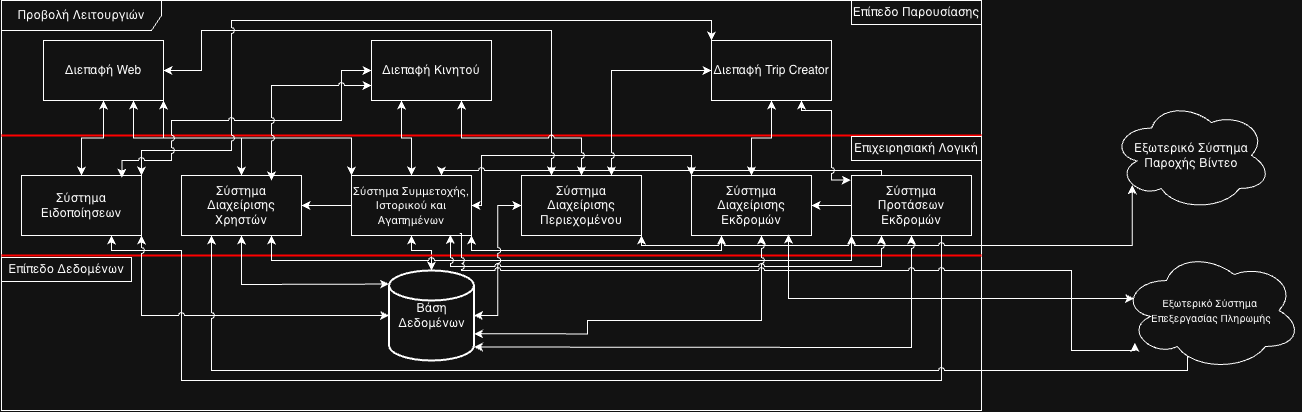
Earlier version of the draw.io export docs/design/Diagrams/Architecture/functionalView.png (SpyrosSiachamis/Travel-Platform-Project). Source tidied: cells renumbered, new cells last; positions are measured from the earlier drawing's top-left corner, leaving out a move shared by most shapes.
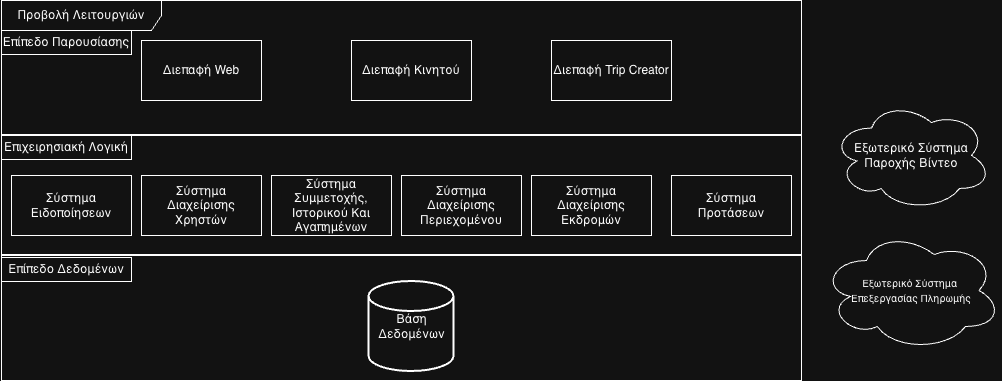
After the commit.

Commit message:
Fixed incorrect diagram names

Diff of the diagram source:
```diff
@@ -3,247 +3,58 @@
     <mxCell id="0" />
     <mxCell id="1" parent="0" />
     <mxCell id="2" value="Προβολή Λειτουργιών" style="shape=umlFrame;whiteSpace=wrap;html=1;width=160;" parent="1" vertex="1">
-      <mxGeometry width="980" height="410" as="geometry" />
+      <mxGeometry width="800" height="380" as="geometry" />
     </mxCell>
     <mxCell id="3" value="Σύστημα Διαχείρισης Χρηστών" style="rounded=0;whiteSpace=wrap;html=1;" parent="2" vertex="1">
-      <mxGeometry x="180" y="175" width="120" height="60" as="geometry" />
+      <mxGeometry x="140" y="175" width="120" height="60" as="geometry" />
     </mxCell>
-    <mxCell id="4" value="Σύστημα Διαχείρισης Εκδρομών" style="rounded=0;whiteSpace=wrap;html=1;" parent="2" vertex="1">
-      <mxGeometry x="690" y="175" width="120" height="60" as="geometry" />
+    <mxCell id="4" value="Σύστημα Ειδοποίησεων" style="rounded=0;whiteSpace=wrap;html=1;" parent="2" vertex="1">
+      <mxGeometry x="10" y="175" width="120" height="60" as="geometry" />
     </mxCell>
-    <mxCell id="5" value="Σύστημα Ειδοποίησεων" style="rounded=0;whiteSpace=wrap;html=1;" parent="2" vertex="1">
-      <mxGeometry x="20" y="175" width="120" height="60" as="geometry" />
+    <mxCell id="5" value="Σύστημα Συμμετοχής, Ιστορικού Και Αγαπημένων" style="rounded=0;whiteSpace=wrap;html=1;" parent="2" vertex="1">
+      <mxGeometry x="270" y="175" width="120" height="60" as="geometry" />
     </mxCell>
-    <mxCell id="6" style="edgeStyle=orthogonalEdgeStyle;rounded=0;jettySize=auto;html=1;exitX=0.5;exitY=1;exitDx=0;exitDy=0;startArrow=classic;startFill=1;jumpStyle=arc;" parent="2" edge="1" source="10" target="16">
-      <mxGeometry relative="1" as="geometry">
-        <Array as="points">
-          <mxPoint x="410" y="250" />
-          <mxPoint x="430" y="250" />
-        </Array>
-      </mxGeometry>
+    <mxCell id="6" value="Σύστημα Διαχείρισης Περιεχομένου" style="whiteSpace=wrap;html=1;" parent="2" vertex="1">
+      <mxGeometry x="400" y="175" width="120" height="60" as="geometry" />
     </mxCell>
-    <mxCell id="7" style="edgeStyle=orthogonalEdgeStyle;rounded=0;jettySize=auto;html=1;exitX=1;exitY=1;exitDx=0;exitDy=0;entryX=0.25;entryY=1;entryDx=0;entryDy=0;jumpStyle=arc;startArrow=classic;startFill=1;" parent="2" edge="1" source="10" target="4">
-      <mxGeometry relative="1" as="geometry">
-        <Array as="points">
-          <mxPoint x="470" y="250" />
-          <mxPoint x="720" y="250" />
-        </Array>
-      </mxGeometry>
+    <mxCell id="7" style="line;strokeWidth=2;html=1;fontColor=#FF0000;labelBackgroundColor=#FF0000;strokeColor=#FFFFFF;" parent="2" vertex="1">
+      <mxGeometry y="130" width="800" height="10" as="geometry" />
     </mxCell>
-    <mxCell id="8" style="edgeStyle=orthogonalEdgeStyle;rounded=0;jettySize=auto;html=1;exitX=1;exitY=0.5;exitDx=0;exitDy=0;entryX=0;entryY=0;entryDx=0;entryDy=0;startArrow=classic;startFill=1;jumpStyle=arc;" parent="2" edge="1" source="10" target="4">
-      <mxGeometry relative="1" as="geometry">
-        <Array as="points">
-          <mxPoint x="480" y="205" />
-          <mxPoint x="480" y="155" />
-          <mxPoint x="690" y="155" />
-        </Array>
-      </mxGeometry>
+    <mxCell id="8" style="line;strokeWidth=2;html=1;strokeColor=#FFFFFF;" parent="2" vertex="1">
+      <mxGeometry y="250" width="800" height="10" as="geometry" />
     </mxCell>
-    <mxCell id="9" style="edgeStyle=orthogonalEdgeStyle;rounded=0;jettySize=auto;html=1;exitX=0;exitY=0.5;exitDx=0;exitDy=0;" parent="2" edge="1" source="10" target="3">
-      <mxGeometry relative="1" as="geometry" />
+    <mxCell id="9" value="Επιχειρησιακή Λογική" style="rounded=0;whiteSpace=wrap;html=1;" parent="2" vertex="1">
+      <mxGeometry y="135" width="130" height="24" as="geometry" />
     </mxCell>
-    <mxCell id="10" value="&lt;font style=&quot;font-size: 11px;&quot;&gt;Σύστημα Συμμετοχής, Ιστορικού και Αγαπημένων&lt;/font&gt;" style="rounded=0;whiteSpace=wrap;html=1;" parent="2" vertex="1">
-      <mxGeometry x="350" y="175" width="120" height="60" as="geometry" />
+    <mxCell id="10" value="Επίπεδο Παρουσίασης" style="rounded=0;whiteSpace=wrap;html=1;" parent="2" vertex="1">
+      <mxGeometry y="30" width="130" height="24" as="geometry" />
     </mxCell>
-    <mxCell id="11" value="Σύστημα Διαχείρισης Περιεχομένου" style="whiteSpace=wrap;html=1;" parent="2" vertex="1">
-      <mxGeometry x="520" y="175" width="120" height="60" as="geometry" />
+    <mxCell id="11" value="Βάση Δεδομένων" style="strokeWidth=2;html=1;shape=mxgraph.flowchart.database;whiteSpace=wrap;" parent="2" vertex="1">
+      <mxGeometry x="367.5" y="281" width="85" height="90" as="geometry" />
     </mxCell>
-    <mxCell id="12" style="line;strokeWidth=2;html=1;fontColor=#FF0000;labelBackgroundColor=#FF0000;strokeColor=#FF0000;" parent="2" vertex="1">
-      <mxGeometry y="130" width="980" height="10" as="geometry" />
+    <mxCell id="12" value="Διεπαφή Web" style="whiteSpace=wrap;html=1;" parent="2" vertex="1">
+      <mxGeometry x="140" y="40" width="120" height="60" as="geometry" />
     </mxCell>
-    <mxCell id="13" style="line;strokeWidth=2;html=1;strokeColor=#FF0000;" parent="2" vertex="1">
-      <mxGeometry y="250" width="980" height="10" as="geometry" />
+    <mxCell id="13" value="Διεπαφή Κινητού" style="whiteSpace=wrap;html=1;" parent="2" vertex="1">
+      <mxGeometry x="350" y="40" width="120" height="60" as="geometry" />
     </mxCell>
-    <mxCell id="14" value="Επιχειρησιακή Λογική" style="rounded=0;whiteSpace=wrap;html=1;" parent="2" vertex="1">
-      <mxGeometry x="850" y="136" width="130" height="24" as="geometry" />
+    <mxCell id="14" value="Διεπαφή Trip Creator" style="whiteSpace=wrap;html=1;" parent="2" vertex="1">
+      <mxGeometry x="550" y="40" width="120" height="60" as="geometry" />
     </mxCell>
-    <mxCell id="15" value="Επίπεδο Παρουσίασης" style="rounded=0;whiteSpace=wrap;html=1;" parent="2" vertex="1">
-      <mxGeometry x="850" width="130" height="24" as="geometry" />
+    <mxCell id="15" value="Επίπεδο Δεδομένων" style="rounded=0;whiteSpace=wrap;html=1;" parent="2" vertex="1">
+      <mxGeometry y="257" width="130" height="24" as="geometry" />
     </mxCell>
-    <mxCell id="16" value="Βάση Δεδομένων" style="strokeWidth=2;html=1;shape=mxgraph.flowchart.database;whiteSpace=wrap;" parent="2" vertex="1">
-      <mxGeometry x="387.5" y="270" width="85" height="90" as="geometry" />
+    <mxCell id="16" value="Σύστημα Διαχείρισης Εκδρομών" style="rounded=0;whiteSpace=wrap;html=1;" parent="2" vertex="1">
+      <mxGeometry x="530" y="175" width="120" height="60" as="geometry" />
     </mxCell>
-    <mxCell id="17" style="edgeStyle=orthogonalEdgeStyle;rounded=0;jettySize=auto;html=1;startArrow=classic;startFill=1;jumpStyle=arc;" parent="2" edge="1" source="21" target="5">
-      <mxGeometry relative="1" as="geometry" />
+    <mxCell id="17" value="Σύστημα Προτάσεων" style="rounded=0;whiteSpace=wrap;html=1;" parent="2" vertex="1">
+      <mxGeometry x="670" y="175" width="120" height="60" as="geometry" />
     </mxCell>
-    <mxCell id="18" style="edgeStyle=orthogonalEdgeStyle;rounded=0;jettySize=auto;html=1;exitX=0.75;exitY=1;exitDx=0;exitDy=0;startArrow=classic;startFill=1;jumpStyle=arc;" parent="2" edge="1" source="21" target="3">
-      <mxGeometry relative="1" as="geometry" />
+    <mxCell id="18" value="Εξωτερικό Σύστημα Παροχής Βίντεο" style="ellipse;shape=cloud;whiteSpace=wrap;html=1;" parent="1" vertex="1">
+      <mxGeometry x="830" y="100" width="160" height="110" as="geometry" />
     </mxCell>
-    <mxCell id="19" style="edgeStyle=orthogonalEdgeStyle;rounded=0;jettySize=auto;html=1;exitX=1;exitY=1;exitDx=0;exitDy=0;entryX=0;entryY=0;entryDx=0;entryDy=0;startArrow=classic;startFill=1;jumpStyle=arc;" parent="2" edge="1" source="21" target="10">
-      <mxGeometry relative="1" as="geometry" />
+    <mxCell id="19" value="&lt;font style=&quot;font-size: 10px;&quot;&gt;Εξωτερικό Σύστημα&amp;nbsp;&lt;/font&gt;&lt;div&gt;&lt;font style=&quot;font-size: 10px;&quot;&gt;Επεξεργασίας Πληρωμής&lt;/font&gt;&lt;/div&gt;" style="ellipse;shape=cloud;whiteSpace=wrap;html=1;" parent="1" vertex="1">
+      <mxGeometry x="820" y="230" width="180" height="120" as="geometry" />
     </mxCell>
-    <mxCell id="20" style="edgeStyle=orthogonalEdgeStyle;rounded=0;jettySize=auto;html=1;entryX=0.25;entryY=0;entryDx=0;entryDy=0;startArrow=classic;startFill=1;jumpStyle=arc;" parent="2" edge="1" source="21" target="11">
-      <mxGeometry relative="1" as="geometry">
-        <Array as="points">
-          <mxPoint x="200" y="70" />
-          <mxPoint x="200" y="30" />
-          <mxPoint x="550" y="30" />
-        </Array>
-      </mxGeometry>
-    </mxCell>
-    <mxCell id="21" value="Διεπαφή Web" style="whiteSpace=wrap;html=1;" parent="2" vertex="1">
-      <mxGeometry x="42" y="40" width="120" height="60" as="geometry" />
-    </mxCell>
-    <mxCell id="22" style="edgeStyle=orthogonalEdgeStyle;rounded=0;jettySize=auto;html=1;exitX=0.25;exitY=1;exitDx=0;exitDy=0;startArrow=classic;startFill=1;jumpStyle=arc;" parent="2" edge="1" source="24" target="10">
-      <mxGeometry relative="1" as="geometry" />
-    </mxCell>
-    <mxCell id="23" style="edgeStyle=orthogonalEdgeStyle;rounded=0;jettySize=auto;html=1;exitX=0.75;exitY=1;exitDx=0;exitDy=0;startArrow=classic;startFill=1;jumpStyle=arc;" parent="2" edge="1" source="24" target="11">
-      <mxGeometry relative="1" as="geometry" />
-    </mxCell>
-    <mxCell id="24" value="Διεπαφή Κινητού" style="whiteSpace=wrap;html=1;" parent="2" vertex="1">
-      <mxGeometry x="370" y="40" width="120" height="60" as="geometry" />
-    </mxCell>
-    <mxCell id="25" style="edgeStyle=orthogonalEdgeStyle;rounded=0;jettySize=auto;html=1;startArrow=classic;startFill=1;jumpStyle=arc;" parent="2" edge="1" source="28" target="4">
-      <mxGeometry relative="1" as="geometry" />
-    </mxCell>
-    <mxCell id="26" style="edgeStyle=orthogonalEdgeStyle;rounded=0;jettySize=auto;html=1;entryX=0.75;entryY=0;entryDx=0;entryDy=0;startArrow=classic;startFill=1;jumpStyle=arc;" parent="2" edge="1" source="28" target="11">
-      <mxGeometry relative="1" as="geometry" />
-    </mxCell>
-    <mxCell id="27" style="edgeStyle=orthogonalEdgeStyle;rounded=0;jettySize=auto;html=1;exitX=0;exitY=0;exitDx=0;exitDy=0;entryX=1;entryY=0;entryDx=0;entryDy=0;startArrow=classic;startFill=1;jumpStyle=arc;" parent="2" edge="1" source="28" target="5">
-      <mxGeometry relative="1" as="geometry">
-        <Array as="points">
-          <mxPoint x="710" y="20" />
-          <mxPoint x="230" y="20" />
-          <mxPoint x="230" y="150" />
-          <mxPoint x="140" y="150" />
-        </Array>
-      </mxGeometry>
-    </mxCell>
-    <mxCell id="28" value="Διεπαφή Trip Creator" style="whiteSpace=wrap;html=1;" parent="2" vertex="1">
-      <mxGeometry x="710" y="40" width="120" height="60" as="geometry" />
-    </mxCell>
-    <mxCell id="29" value="Επίπεδο Δεδομένων" style="rounded=0;whiteSpace=wrap;html=1;" parent="2" vertex="1">
-      <mxGeometry y="257" width="130" height="24" as="geometry" />
-    </mxCell>
-    <mxCell id="30" style="edgeStyle=orthogonalEdgeStyle;rounded=0;jettySize=auto;html=1;exitX=0;exitY=0.5;exitDx=0;exitDy=0;entryX=1;entryY=0.5;entryDx=0;entryDy=0;startArrow=none;startFill=0;jumpStyle=arc;" parent="2" edge="1" source="34" target="4">
-      <mxGeometry relative="1" as="geometry" />
-    </mxCell>
-    <mxCell id="31" style="edgeStyle=orthogonalEdgeStyle;rounded=0;jettySize=auto;html=1;exitX=0;exitY=1;exitDx=0;exitDy=0;entryX=0.75;entryY=1;entryDx=0;entryDy=0;startArrow=classic;startFill=1;jumpStyle=arc;" parent="2" edge="1" source="34" target="3">
-      <mxGeometry relative="1" as="geometry">
-        <Array as="points">
-          <mxPoint x="850" y="260" />
-          <mxPoint x="270" y="260" />
-        </Array>
-      </mxGeometry>
-    </mxCell>
-    <mxCell id="32" style="edgeStyle=orthogonalEdgeStyle;rounded=0;jettySize=auto;html=1;exitX=0.25;exitY=0;exitDx=0;exitDy=0;entryX=0.75;entryY=0;entryDx=0;entryDy=0;startArrow=none;startFill=0;jumpStyle=arc;" parent="2" edge="1" source="34" target="10">
-      <mxGeometry relative="1" as="geometry">
-        <Array as="points">
-          <mxPoint x="880" y="170" />
-          <mxPoint x="440" y="170" />
-        </Array>
-      </mxGeometry>
-    </mxCell>
-    <mxCell id="33" style="edgeStyle=orthogonalEdgeStyle;rounded=0;jettySize=auto;html=1;exitX=0.75;exitY=1;exitDx=0;exitDy=0;entryX=0.75;entryY=1;entryDx=0;entryDy=0;jumpStyle=arc;startArrow=none;startFill=0;" parent="2" edge="1" source="34" target="5">
-      <mxGeometry relative="1" as="geometry">
-        <Array as="points">
-          <mxPoint x="940" y="380" />
-          <mxPoint x="180" y="380" />
-          <mxPoint x="180" y="250" />
-          <mxPoint x="110" y="250" />
-        </Array>
-      </mxGeometry>
-    </mxCell>
-    <mxCell id="34" value="Σύστημα Προτάσεων Εκδρομών" style="rounded=0;whiteSpace=wrap;html=1;" parent="2" vertex="1">
-      <mxGeometry x="850" y="175" width="120" height="60" as="geometry" />
-    </mxCell>
-    <mxCell id="35" style="edgeStyle=orthogonalEdgeStyle;rounded=0;jettySize=auto;html=1;exitX=1;exitY=1;exitDx=0;exitDy=0;entryX=0;entryY=0.5;entryDx=0;entryDy=0;entryPerimeter=0;startArrow=classic;startFill=1;jumpStyle=arc;" parent="2" edge="1" source="5" target="16">
-      <mxGeometry relative="1" as="geometry" />
-    </mxCell>
-    <mxCell id="36" style="edgeStyle=orthogonalEdgeStyle;rounded=0;jettySize=auto;html=1;entryX=0;entryY=0.15;entryDx=0;entryDy=0;entryPerimeter=0;exitX=0.5;exitY=1;exitDx=0;exitDy=0;startArrow=classic;startFill=1;jumpStyle=arc;" parent="2" edge="1" source="3" target="16">
-      <mxGeometry relative="1" as="geometry">
-        <Array as="points">
-          <mxPoint x="240" y="284" />
-          <mxPoint x="340" y="284" />
-        </Array>
-      </mxGeometry>
-    </mxCell>
-    <mxCell id="37" style="edgeStyle=orthogonalEdgeStyle;rounded=0;jettySize=auto;html=1;entryX=1;entryY=0.5;entryDx=0;entryDy=0;entryPerimeter=0;startArrow=classic;startFill=1;jumpStyle=arc;" parent="2" edge="1" source="11" target="16">
-      <mxGeometry relative="1" as="geometry" />
-    </mxCell>
-    <mxCell id="38" style="edgeStyle=orthogonalEdgeStyle;rounded=0;jettySize=auto;html=1;entryX=1.002;entryY=0.704;entryDx=0;entryDy=0;entryPerimeter=0;startArrow=classic;startFill=1;jumpStyle=arc;" parent="2" edge="1" source="4" target="16">
-      <mxGeometry relative="1" as="geometry">
-        <Array as="points">
-          <mxPoint x="760" y="320" />
-          <mxPoint x="586" y="320" />
-          <mxPoint x="586" y="333" />
-        </Array>
-      </mxGeometry>
-    </mxCell>
-    <mxCell id="39" style="edgeStyle=orthogonalEdgeStyle;rounded=0;jettySize=auto;html=1;entryX=1;entryY=0.85;entryDx=0;entryDy=0;entryPerimeter=0;startArrow=classic;startFill=1;jumpStyle=arc;" parent="2" edge="1" source="34" target="16">
-      <mxGeometry relative="1" as="geometry">
-        <Array as="points">
-          <mxPoint x="910" y="347" />
-          <mxPoint x="661" y="347" />
-        </Array>
-      </mxGeometry>
-    </mxCell>
-    <mxCell id="40" style="edgeStyle=orthogonalEdgeStyle;rounded=0;jettySize=auto;html=1;exitX=0;exitY=0.5;exitDx=0;exitDy=0;entryX=0.837;entryY=0.037;entryDx=0;entryDy=0;entryPerimeter=0;startArrow=classic;startFill=1;jumpStyle=arc;" parent="2" edge="1" source="24" target="5">
-      <mxGeometry relative="1" as="geometry">
-        <Array as="points">
-          <mxPoint x="340" y="70" />
-          <mxPoint x="340" y="120" />
-          <mxPoint x="170" y="120" />
-          <mxPoint x="170" y="160" />
-          <mxPoint x="120" y="160" />
-        </Array>
-      </mxGeometry>
-    </mxCell>
-    <mxCell id="41" style="edgeStyle=orthogonalEdgeStyle;rounded=0;jettySize=auto;html=1;exitX=0;exitY=0.75;exitDx=0;exitDy=0;entryX=0.75;entryY=0.083;entryDx=0;entryDy=0;entryPerimeter=0;startArrow=classic;startFill=1;jumpStyle=arc;" parent="2" edge="1" source="24" target="3">
-      <mxGeometry relative="1" as="geometry" />
-    </mxCell>
-    <mxCell id="42" style="edgeStyle=orthogonalEdgeStyle;rounded=0;jettySize=auto;html=1;exitX=0.75;exitY=1;exitDx=0;exitDy=0;entryX=-0.006;entryY=0.076;entryDx=0;entryDy=0;entryPerimeter=0;startArrow=classic;startFill=1;jumpStyle=arc;" parent="2" edge="1" source="28" target="34">
-      <mxGeometry relative="1" as="geometry">
-        <Array as="points">
-          <mxPoint x="800" y="110" />
-          <mxPoint x="830" y="110" />
-          <mxPoint x="830" y="180" />
-        </Array>
-      </mxGeometry>
-    </mxCell>
-    <mxCell id="43" style="edgeStyle=orthogonalEdgeStyle;rounded=0;jettySize=auto;html=1;exitX=0.25;exitY=1;exitDx=0;exitDy=0;entryX=0.825;entryY=0.989;entryDx=0;entryDy=0;entryPerimeter=0;startArrow=classic;startFill=1;jumpStyle=arc;" parent="2" edge="1" source="34" target="10">
-      <mxGeometry relative="1" as="geometry">
-        <Array as="points">
-          <mxPoint x="880" y="266" />
-          <mxPoint x="449" y="266" />
-        </Array>
-      </mxGeometry>
-    </mxCell>
-    <mxCell id="44" style="edgeStyle=orthogonalEdgeStyle;rounded=0;jettySize=auto;html=1;entryX=0.13;entryY=0.77;entryDx=0;entryDy=0;entryPerimeter=0;jumpStyle=arc;exitX=0.902;exitY=0.967;exitDx=0;exitDy=0;exitPerimeter=0;" parent="2" edge="1" source="10">
-      <mxGeometry relative="1" as="geometry">
-        <mxPoint x="1133.4" y="342.4" as="targetPoint" />
-        <Array as="points">
-          <mxPoint x="460" y="233" />
-          <mxPoint x="460" y="270" />
-          <mxPoint x="1070" y="270" />
-          <mxPoint x="1070" y="350" />
-          <mxPoint x="1133" y="350" />
-        </Array>
-      </mxGeometry>
-    </mxCell>
-    <mxCell id="45" value="Εξωτερικό Σύστημα Παροχής Βίντεο" style="ellipse;shape=cloud;whiteSpace=wrap;html=1;" parent="1" vertex="1">
-      <mxGeometry x="1110" y="100" width="160" height="110" as="geometry" />
-    </mxCell>
-    <mxCell id="46" style="edgeStyle=orthogonalEdgeStyle;rounded=0;jettySize=auto;html=1;exitX=1;exitY=1;exitDx=0;exitDy=0;entryX=0.13;entryY=0.77;entryDx=0;entryDy=0;entryPerimeter=0;jumpStyle=arc;startArrow=classic;startFill=1;" parent="1" edge="1" source="11" target="45">
-      <mxGeometry relative="1" as="geometry">
-        <Array as="points">
-          <mxPoint x="640" y="245" />
-        </Array>
-      </mxGeometry>
-    </mxCell>
-    <mxCell id="47" style="edgeStyle=orthogonalEdgeStyle;rounded=0;jettySize=auto;html=1;exitX=0.31;exitY=0.8;exitDx=0;exitDy=0;exitPerimeter=0;entryX=0.25;entryY=1;entryDx=0;entryDy=0;jumpStyle=arc;" parent="1" edge="1" source="48" target="3">
-      <mxGeometry relative="1" as="geometry">
-        <Array as="points">
-          <mxPoint x="1186" y="370" />
-          <mxPoint x="210" y="370" />
-        </Array>
-      </mxGeometry>
-    </mxCell>
-    <mxCell id="48" value="&lt;font style=&quot;font-size: 10px;&quot;&gt;Εξωτερικό Σύστημα&amp;nbsp;&lt;/font&gt;&lt;div&gt;&lt;font style=&quot;font-size: 10px;&quot;&gt;Επεξεργασίας Πληρωμής&lt;/font&gt;&lt;/div&gt;" style="ellipse;shape=cloud;whiteSpace=wrap;html=1;" parent="1" vertex="1">
-      <mxGeometry x="1120" y="250" width="180" height="120" as="geometry" />
-    </mxCell>
-    <mxCell id="49" style="edgeStyle=orthogonalEdgeStyle;rounded=0;jettySize=auto;html=1;exitX=0.07;exitY=0.4;exitDx=0;exitDy=0;exitPerimeter=0;entryX=0.808;entryY=0.983;entryDx=0;entryDy=0;entryPerimeter=0;startArrow=classic;startFill=1;" parent="1" edge="1" source="48" target="4">
-      <mxGeometry relative="1" as="geometry" />
-    </mxCell>
   </root>
 </mxGraphModel>
```
